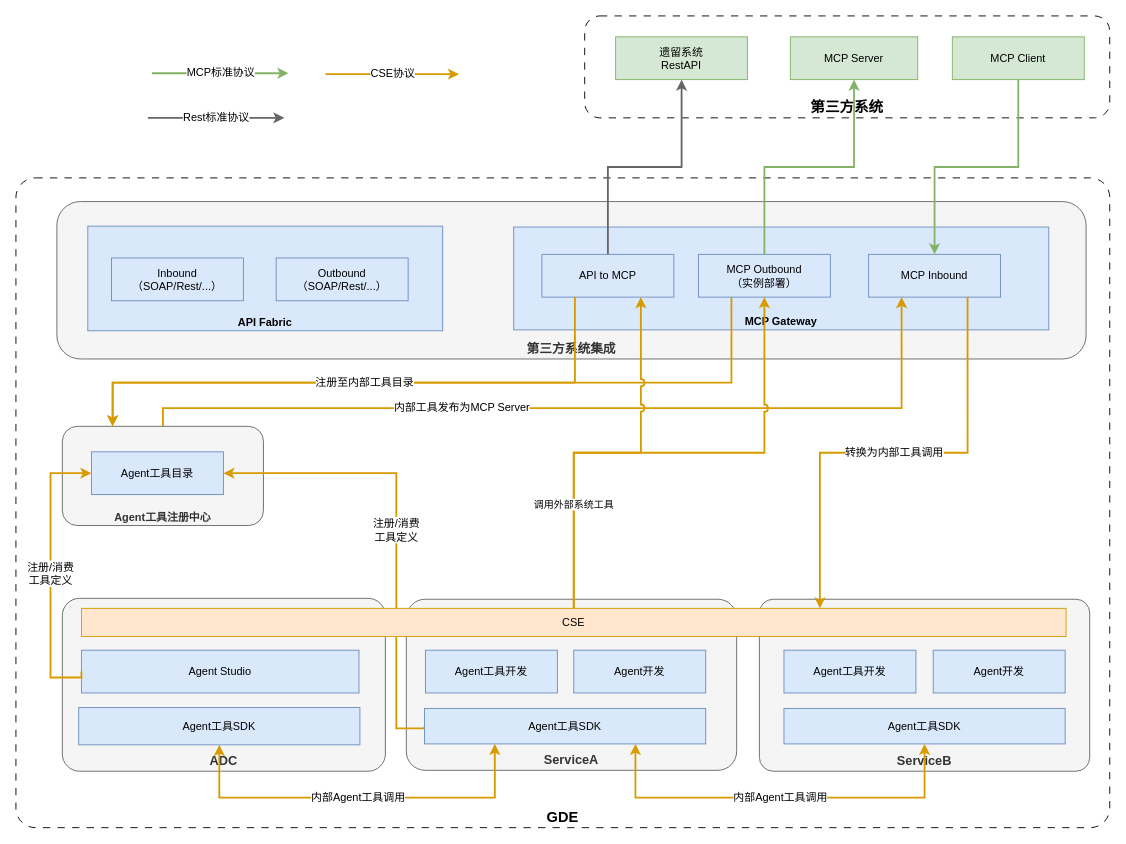
Before: MCP网关.drawio in zhufeizzz/drawio, a draw.io diagram. Source tidied: cells renumbered, new cells numbered last; positions are measured from the earlier drawing's top-left corner, leaving out a move shared by most shapes. Both pictures are drawn from the tidied source at 91%, with x=0, y=0 at pixel (15, 15).
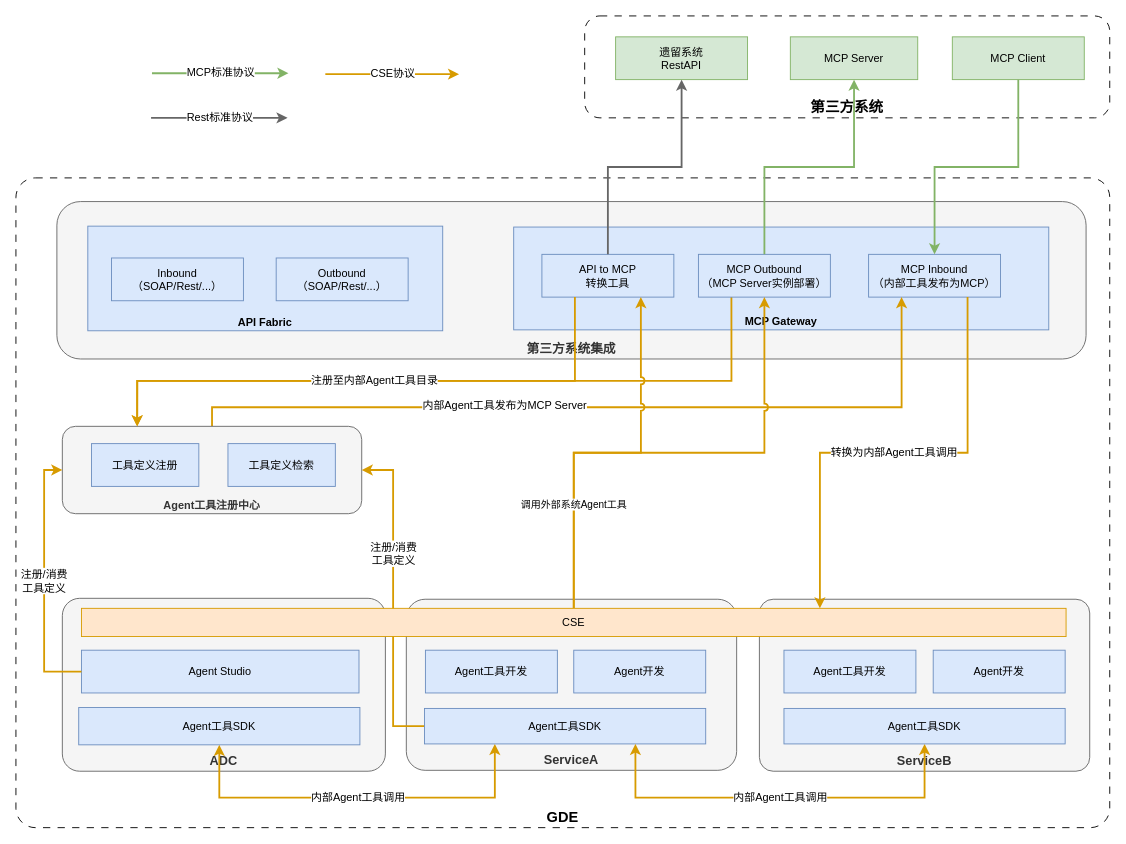
The same page after the edit.

The change refers to these unchanged cells:
```xml
<mxCell id="20" value="Agent Studio" style="rounded=0;whiteSpace=wrap;html=1;fillColor=#dae8fc;strokeColor=#6c8ebf;" parent="1" vertex="1">
  <mxGeometry x="72" y="697" width="305" height="47" as="geometry" />
</mxCell>
<mxCell id="24" value="Agent工具SDK" style="rounded=0;whiteSpace=wrap;html=1;fillColor=#dae8fc;strokeColor=#6c8ebf;" parent="1" vertex="1">
  <mxGeometry x="449" y="761" width="309" height="39" as="geometry" />
</mxCell>
<mxCell id="39" value="CSE" style="rounded=0;whiteSpace=wrap;html=1;fillColor=#ffe6cc;strokeColor=#d79b00;" parent="1" vertex="1">
  <mxGeometry x="72" y="651" width="1082" height="31" as="geometry" />
</mxCell>
```

What changed in the source:
```diff
@@
-    <mxCell id="10" value="&lt;div&gt;MCP Inbound&lt;/div&gt;" style="rounded=0;whiteSpace=wrap;html=1;fillColor=#dae8fc;strokeColor=#6c8ebf;" parent="1" vertex="1">
+    <mxCell id="10" value="&lt;div&gt;MCP Inbound&lt;/div&gt;&lt;div&gt;（内部工具发布为MCP）&lt;/div&gt;" style="rounded=0;whiteSpace=wrap;html=1;fillColor=#dae8fc;strokeColor=#6c8ebf;" parent="1" vertex="1">
       <mxGeometry x="937" y="262" width="145" height="47" as="geometry" />
     </mxCell>
-    <mxCell id="11" value="API to MCP" style="rounded=0;whiteSpace=wrap;html=1;fillColor=#dae8fc;strokeColor=#6c8ebf;" parent="1" vertex="1">
+    <mxCell id="11" value="API to MCP&lt;div&gt;转换工具&lt;/div&gt;" style="rounded=0;whiteSpace=wrap;html=1;fillColor=#dae8fc;strokeColor=#6c8ebf;" parent="1" vertex="1">
       <mxGeometry x="578" y="262" width="145" height="47" as="geometry" />
     </mxCell>
     <mxCell id="12" style="edgeStyle=orthogonalEdgeStyle;rounded=0;jettySize=auto;html=1;exitX=0.25;exitY=1;exitDx=0;exitDy=0;entryX=0.25;entryY=0;entryDx=0;entryDy=0;fillColor=#ffe6cc;strokeColor=#d79b00;strokeWidth=2;jumpStyle=arc;" parent="1" edge="1" source="13" target="16">
       <mxGeometry relative="1" as="geometry">
         <Array as="points">
-          <mxPoint x="786" y="403" />
-          <mxPoint x="106" y="403" />
+          <mxPoint x="786" y="401" />
+          <mxPoint x="133" y="401" />
         </Array>
       </mxGeometry>
     </mxCell>
-    <mxCell id="13" value="MCP &lt;span style=&quot;background-color: transparent; color: light-dark(rgb(0, 0, 0), rgb(255, 255, 255));&quot;&gt;Outbound&lt;/span&gt;&lt;div&gt;&lt;span style=&quot;background-color: transparent; color: light-dark(rgb(0, 0, 0), rgb(255, 255, 255));&quot;&gt;（实例部署）&lt;/span&gt;&lt;/div&gt;" style="rounded=0;whiteSpace=wrap;html=1;fillColor=#dae8fc;strokeColor=#6c8ebf;" parent="1" vertex="1">
+    <mxCell id="13" value="MCP &lt;span style=&quot;background-color: transparent; color: light-dark(rgb(0, 0, 0), rgb(255, 255, 255));&quot;&gt;Outbound&lt;/span&gt;&lt;div&gt;&lt;span style=&quot;background-color: transparent; color: light-dark(rgb(0, 0, 0), rgb(255, 255, 255));&quot;&gt;（MCP Server实例部署）&lt;/span&gt;&lt;/div&gt;" style="rounded=0;whiteSpace=wrap;html=1;fillColor=#dae8fc;strokeColor=#6c8ebf;" parent="1" vertex="1">
       <mxGeometry x="750" y="262" width="145" height="47" as="geometry" />
     </mxCell>
@@
-    <mxCell id="15" value="&lt;font style=&quot;font-size: 12px;&quot;&gt;内部工具发布为MCP Server&lt;/font&gt;" style="edgeStyle=orthogonalEdgeStyle;rounded=0;jettySize=auto;html=1;exitX=0.5;exitY=0;exitDx=0;exitDy=0;fillColor=#ffe6cc;strokeColor=#d79b00;strokeWidth=2;entryX=0.25;entryY=1;entryDx=0;entryDy=0;" parent="1" edge="1" source="16" target="10">
-      <mxGeometry x="-0.27" relative="1" as="geometry">
+    <mxCell id="15" value="&lt;font style=&quot;font-size: 12px;&quot;&gt;内部Agent工具发布为MCP Server&lt;/font&gt;" style="edgeStyle=orthogonalEdgeStyle;rounded=0;jettySize=auto;html=1;exitX=0.5;exitY=0;exitDx=0;exitDy=0;fillColor=#ffe6cc;strokeColor=#d79b00;strokeWidth=2;entryX=0.25;entryY=1;entryDx=0;entryDy=0;" parent="1" edge="1" source="16" target="10">
+      <mxGeometry x="-0.24" y="2" relative="1" as="geometry">
         <Array as="points">
-          <mxPoint x="162" y="431" />
-          <mxPoint x="973" y="431" />
+          <mxPoint x="216" y="430" />
+          <mxPoint x="973" y="430" />
         </Array>
       </mxGeometry>
     </mxCell>
     <mxCell id="16" value="&lt;b&gt;Agent工具注册中心&lt;/b&gt;" style="rounded=1;whiteSpace=wrap;html=1;verticalAlign=bottom;fillColor=#f5f5f5;fontColor=#333333;strokeColor=#666666;" parent="1" vertex="1">
-      <mxGeometry x="51" y="451" width="221" height="109" as="geometry" />
+      <mxGeometry x="51" y="451" width="329" height="96" as="geometry" />
     </mxCell>
@@
-    <mxCell id="21" value="&lt;font style=&quot;font-size: 12px;&quot;&gt;注册/消费&lt;/font&gt;&lt;div&gt;&lt;font style=&quot;font-size: 12px;&quot;&gt;工具定义&lt;/font&gt;&lt;/div&gt;" style="edgeStyle=orthogonalEdgeStyle;rounded=0;jettySize=auto;html=1;exitX=0;exitY=0.5;exitDx=0;exitDy=0;entryX=1;entryY=0.5;entryDx=0;entryDy=0;fillColor=#ffe6cc;strokeColor=#d79b00;strokeWidth=2;" parent="1" edge="1" source="24" target="27">
-      <mxGeometry relative="1" as="geometry">
-        <Array as="points">
-          <mxPoint x="418" y="783" />
-          <mxPoint x="418" y="503" />
-        </Array>
-      </mxGeometry>
+    <mxCell id="21" value="&lt;font style=&quot;font-size: 12px;&quot;&gt;注册/消费&lt;/font&gt;&lt;div&gt;&lt;font style=&quot;font-size: 12px;&quot;&gt;工具定义&lt;/font&gt;&lt;/div&gt;" style="edgeStyle=orthogonalEdgeStyle;rounded=0;jettySize=auto;html=1;exitX=0;exitY=0.5;exitDx=0;exitDy=0;entryX=1;entryY=0.5;entryDx=0;entryDy=0;fillColor=#ffe6cc;strokeColor=#d79b00;strokeWidth=2;" parent="1" edge="1" source="24" target="16">
+      <mxGeometry x="0.28" relative="1" as="geometry" />
     </mxCell>
@@
-    <mxCell id="27" value="Agent工具目录" style="rounded=0;whiteSpace=wrap;html=1;fillColor=#dae8fc;strokeColor=#6c8ebf;" parent="1" vertex="1">
-      <mxGeometry x="83" y="479" width="145" height="47" as="geometry" />
+    <mxCell id="27" value="工具定义注册" style="rounded=0;whiteSpace=wrap;html=1;fillColor=#dae8fc;strokeColor=#6c8ebf;" parent="1" vertex="1">
+      <mxGeometry x="83" y="470" width="118" height="47" as="geometry" />
     </mxCell>
@@
     <mxCell id="36" value="&lt;font style=&quot;font-size: 12px;&quot;&gt;Rest标准协议&lt;/font&gt;" style="endArrow=classic;html=1;rounded=0;fillColor=#f5f5f5;strokeColor=#666666;strokeWidth=2;" parent="1" edge="1">
       <mxGeometry relative="1" as="geometry">
-        <mxPoint x="145" y="112" as="sourcePoint" />
-        <mxPoint x="295" y="112" as="targetPoint" />
+        <mxPoint x="148.5" y="112" as="sourcePoint" />
+        <mxPoint x="298.5" y="112" as="targetPoint" />
       </mxGeometry>
     </mxCell>
@@
-    <mxCell id="38" value="调用外部系统工具" style="edgeStyle=orthogonalEdgeStyle;rounded=0;jettySize=auto;html=1;exitX=0.5;exitY=0;exitDx=0;exitDy=0;entryX=0.75;entryY=1;entryDx=0;entryDy=0;fillColor=#ffe6cc;strokeColor=#d79b00;strokeWidth=2;jumpStyle=arc;" parent="1" edge="1" source="39" target="11">
+    <mxCell id="38" value="调用外部系统Agent工具" style="edgeStyle=orthogonalEdgeStyle;rounded=0;jettySize=auto;html=1;exitX=0.5;exitY=0;exitDx=0;exitDy=0;entryX=0.75;entryY=1;entryDx=0;entryDy=0;fillColor=#ffe6cc;strokeColor=#d79b00;strokeWidth=2;jumpStyle=arc;" parent="1" edge="1" source="39" target="11">
       <mxGeometry x="-0.45" relative="1" as="geometry" />
     </mxCell>
@@
-    <mxCell id="40" value="&lt;font style=&quot;font-size: 12px;&quot;&gt;转换为内部工具调用&lt;/font&gt;" style="edgeStyle=orthogonalEdgeStyle;rounded=0;jettySize=auto;html=1;exitX=0.75;exitY=1;exitDx=0;exitDy=0;entryX=0.75;entryY=0;entryDx=0;entryDy=0;fillColor=#ffe6cc;strokeColor=#d79b00;strokeWidth=2;" parent="1" edge="1" source="10" target="39">
+    <mxCell id="40" value="&lt;font style=&quot;font-size: 12px;&quot;&gt;转换为内部Agent工具调用&lt;/font&gt;" style="edgeStyle=orthogonalEdgeStyle;rounded=0;jettySize=auto;html=1;exitX=0.75;exitY=1;exitDx=0;exitDy=0;entryX=0.75;entryY=0;entryDx=0;entryDy=0;fillColor=#ffe6cc;strokeColor=#d79b00;strokeWidth=2;" parent="1" edge="1" source="10" target="39">
       <mxGeometry relative="1" as="geometry" />
     </mxCell>
-    <mxCell id="41" value="&lt;font style=&quot;font-size: 12px;&quot;&gt;注册/消费&lt;/font&gt;&lt;div&gt;&lt;font style=&quot;font-size: 12px;&quot;&gt;工具定义&lt;/font&gt;&lt;/div&gt;" style="edgeStyle=orthogonalEdgeStyle;rounded=0;jettySize=auto;html=1;exitX=0;exitY=0.5;exitDx=0;exitDy=0;entryX=0;entryY=0.5;entryDx=0;entryDy=0;fillColor=#ffe6cc;strokeColor=#d79b00;strokeWidth=2;" parent="1" edge="1" source="20" target="27">
-      <mxGeometry relative="1" as="geometry">
-        <Array as="points">
-          <mxPoint x="38" y="727" />
-          <mxPoint x="38" y="503" />
-        </Array>
-      </mxGeometry>
+    <mxCell id="41" value="&lt;font style=&quot;font-size: 12px;&quot;&gt;注册/消费&lt;/font&gt;&lt;div&gt;&lt;font style=&quot;font-size: 12px;&quot;&gt;工具定义&lt;/font&gt;&lt;/div&gt;" style="edgeStyle=orthogonalEdgeStyle;rounded=0;jettySize=auto;html=1;exitX=0;exitY=0.5;exitDx=0;exitDy=0;entryX=0;entryY=0.5;entryDx=0;entryDy=0;fillColor=#ffe6cc;strokeColor=#d79b00;strokeWidth=2;" parent="1" edge="1" source="20" target="16">
+      <mxGeometry relative="1" as="geometry" />
     </mxCell>
@@
-    <mxCell id="44" value="&lt;span style=&quot;font-size: 12px;&quot;&gt;注册至内部工具目录&lt;/span&gt;" style="edgeStyle=orthogonalEdgeStyle;rounded=0;jettySize=auto;html=1;exitX=0.25;exitY=1;exitDx=0;exitDy=0;entryX=0.25;entryY=0;entryDx=0;entryDy=0;fillColor=#ffe6cc;strokeColor=#d79b00;strokeWidth=2;" parent="1" edge="1" source="11" target="16">
+    <mxCell id="44" value="&lt;span style=&quot;font-size: 12px;&quot;&gt;注册至内部Agent工具目录&lt;/span&gt;" style="edgeStyle=orthogonalEdgeStyle;rounded=0;jettySize=auto;html=1;exitX=0.25;exitY=1;exitDx=0;exitDy=0;entryX=0.25;entryY=0;entryDx=0;entryDy=0;fillColor=#ffe6cc;strokeColor=#d79b00;strokeWidth=2;" parent="1" edge="1" source="11" target="16">
       <mxGeometry relative="1" as="geometry">
         <Array as="points">
-          <mxPoint x="614" y="403" />
-          <mxPoint x="106" y="403" />
+          <mxPoint x="614" y="401" />
+          <mxPoint x="133" y="401" />
         </Array>
       </mxGeometry>
     </mxCell>
+    <mxCell id="45" value="工具定义检索" style="rounded=0;whiteSpace=wrap;html=1;fillColor=#dae8fc;strokeColor=#6c8ebf;" parent="1" vertex="1">
+      <mxGeometry x="233" y="470" width="118" height="47" as="geometry" />
+    </mxCell>
```
